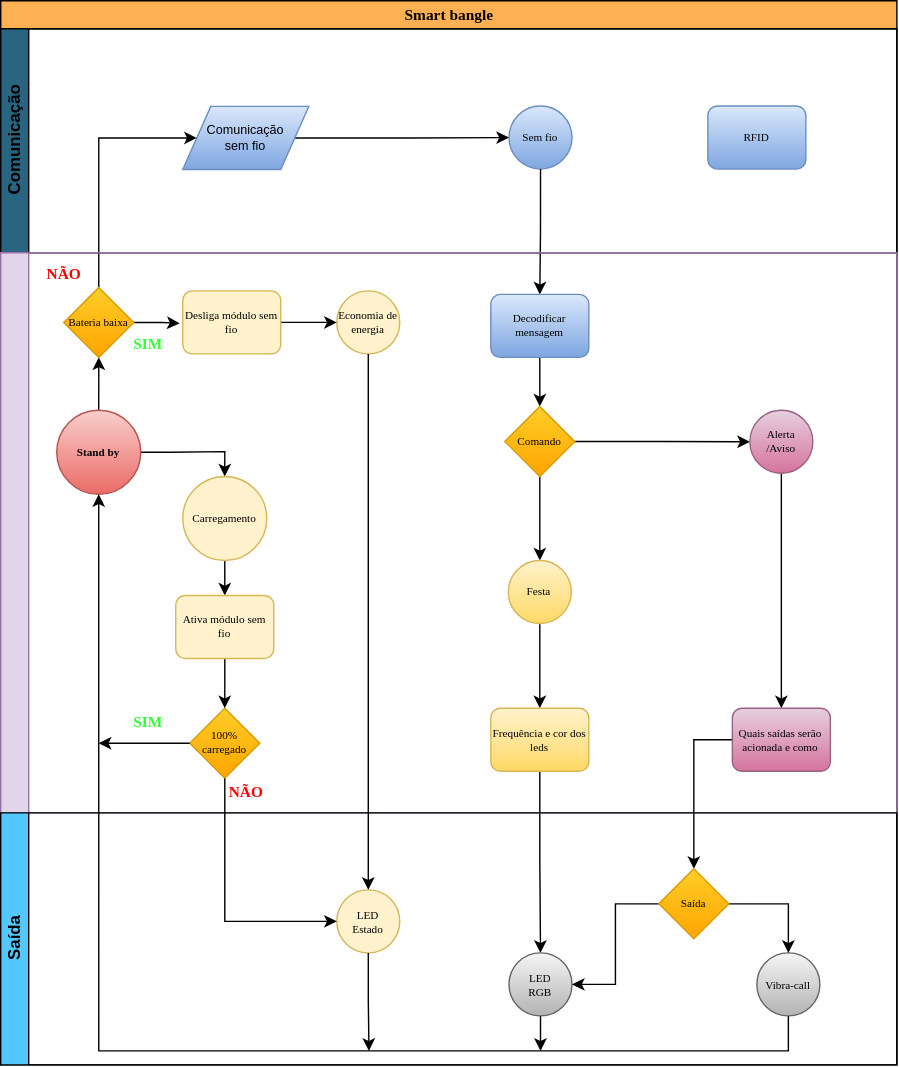
Earlier version of the draw.io export 2022.2/smart_bangle/smart-bangle_ea075.drawio.svg (vm-bertini/ea075-2023.1). Source tidied: cells renumbered, new cells last; positions are measured from the earlier drawing's top-left corner, leaving out a move shared by most shapes. Its diagram source:
```xml
<mxGraphModel>
  <root>
    <mxCell id="0" />
    <mxCell id="1" parent="0" />
    <mxCell id="2" value="&lt;font style=&quot;font-size: 11px;&quot;&gt;Smart bangle&lt;/font&gt;" style="swimlane;html=1;horizontal=1;startSize=20;rounded=0;shadow=0;labelBackgroundColor=none;strokeWidth=1;fontFamily=Verdana;fontSize=8;align=center;fillColor=#FFB052;" parent="1" vertex="1">
      <mxGeometry width="640" height="760" as="geometry" />
    </mxCell>
    <mxCell id="3" value="Comunicação" style="swimlane;html=1;startSize=20;horizontal=0;fillColor=#296480;shadow=0;fontStyle=1;fontColor=default;" parent="2" vertex="1">
      <mxGeometry y="20" width="640" height="160" as="geometry" />
    </mxCell>
    <mxCell id="4" value="RFID" style="rounded=1;whiteSpace=wrap;html=1;shadow=0;labelBackgroundColor=none;strokeWidth=1;fontFamily=Verdana;fontSize=8;align=center;fillColor=#dae8fc;strokeColor=#6c8ebf;gradientColor=#7ea6e0;" parent="3" vertex="1">
      <mxGeometry x="505" y="55.2" width="70" height="45" as="geometry" />
    </mxCell>
    <mxCell id="5" value="Sem fio" style="ellipse;whiteSpace=wrap;html=1;rounded=0;shadow=0;labelBackgroundColor=none;strokeWidth=1;fontFamily=Verdana;fontSize=8;align=center;fillColor=#dae8fc;strokeColor=#6c8ebf;gradientColor=#7ea6e0;" parent="3" vertex="1">
      <mxGeometry x="363" y="55.2" width="45" height="45" as="geometry" />
    </mxCell>
    <mxCell id="6" style="edgeStyle=orthogonalEdgeStyle;rounded=0;jettySize=auto;html=1;entryX=0;entryY=0.5;entryDx=0;entryDy=0;fontSize=9;fontColor=default;" parent="3" edge="1" source="7" target="5">
      <mxGeometry relative="1" as="geometry" />
    </mxCell>
    <mxCell id="7" value="Comunicação&lt;br style=&quot;font-size: 9px;&quot;&gt;sem fio" style="shape=parallelogram;perimeter=parallelogramPerimeter;fixedSize=1;rounded=0;shadow=0;glass=0;labelBackgroundColor=none;labelBorderColor=none;sketch=0;fillColor=#dae8fc;align=center;horizontal=1;labelPosition=center;verticalLabelPosition=middle;verticalAlign=middle;whiteSpace=wrap;html=1;fontSize=9;strokeColor=#6c8ebf;gradientColor=#7ea6e0;" parent="3" vertex="1">
      <mxGeometry x="130" y="55.5" width="90" height="45" as="geometry" />
    </mxCell>
    <mxCell id="8" style="edgeStyle=orthogonalEdgeStyle;rounded=0;jettySize=auto;html=1;entryX=0.5;entryY=0;entryDx=0;entryDy=0;fontFamily=Verdana;fontSize=8;" parent="2" edge="1" source="5" target="17">
      <mxGeometry relative="1" as="geometry" />
    </mxCell>
    <mxCell id="9" style="edgeStyle=orthogonalEdgeStyle;rounded=0;jettySize=auto;html=1;entryX=0.5;entryY=0;entryDx=0;entryDy=0;fontFamily=Verdana;fontSize=8;" parent="2" edge="1" source="31" target="46">
      <mxGeometry relative="1" as="geometry" />
    </mxCell>
    <mxCell id="10" style="edgeStyle=orthogonalEdgeStyle;rounded=0;jettySize=auto;html=1;entryX=0;entryY=0.5;entryDx=0;entryDy=0;fontFamily=Verdana;fontSize=8;" parent="2" edge="1" source="29" target="7">
      <mxGeometry relative="1" as="geometry">
        <Array as="points">
          <mxPoint x="70" y="98" />
        </Array>
      </mxGeometry>
    </mxCell>
    <mxCell id="11" style="edgeStyle=orthogonalEdgeStyle;rounded=0;jettySize=auto;html=1;entryX=0.5;entryY=0;entryDx=0;entryDy=0;fontFamily=Verdana;fontSize=8;" parent="2" edge="1" source="30" target="42">
      <mxGeometry relative="1" as="geometry" />
    </mxCell>
    <mxCell id="12" style="swimlane;startSize=20;horizontal=0;fillColor=#e1d5e7;strokeColor=#9673a6;" parent="2" vertex="1">
      <mxGeometry y="180" width="640" height="400" as="geometry" />
    </mxCell>
    <mxCell id="13" style="edgeStyle=orthogonalEdgeStyle;rounded=0;jettySize=auto;html=1;fontFamily=Verdana;fontSize=8;" parent="12" edge="1" source="15" target="29">
      <mxGeometry relative="1" as="geometry" />
    </mxCell>
    <mxCell id="14" style="edgeStyle=orthogonalEdgeStyle;rounded=0;jettySize=auto;html=1;entryX=0.5;entryY=0;entryDx=0;entryDy=0;fontFamily=Verdana;fontSize=6;fontColor=#000000;" parent="12" edge="1" source="15" target="27">
      <mxGeometry relative="1" as="geometry">
        <Array as="points">
          <mxPoint x="120" y="142" />
          <mxPoint x="160" y="142" />
        </Array>
      </mxGeometry>
    </mxCell>
    <mxCell id="15" value="Stand by" style="ellipse;whiteSpace=wrap;html=1;rounded=0;shadow=0;labelBackgroundColor=none;strokeWidth=1;fontFamily=Verdana;fontSize=8;align=center;fillColor=#f8cecc;strokeColor=#b85450;fontStyle=1;gradientColor=#ea6b66;" parent="12" vertex="1">
      <mxGeometry x="40" y="112.5" width="60" height="60" as="geometry" />
    </mxCell>
    <mxCell id="16" style="edgeStyle=orthogonalEdgeStyle;rounded=0;jettySize=auto;html=1;entryX=0.5;entryY=0;entryDx=0;entryDy=0;fontFamily=Verdana;fontSize=6;fontColor=#000000;" parent="12" edge="1" source="17" target="20">
      <mxGeometry relative="1" as="geometry" />
    </mxCell>
    <mxCell id="17" value="Decodificar mensagem" style="rounded=1;whiteSpace=wrap;html=1;fontSize=8;fillColor=#dae8fc;strokeColor=#6c8ebf;fontFamily=Verdana;gradientColor=#7ea6e0;" parent="12" vertex="1">
      <mxGeometry x="350" y="29.8" width="70" height="45" as="geometry" />
    </mxCell>
    <mxCell id="18" style="edgeStyle=orthogonalEdgeStyle;rounded=0;jettySize=auto;html=1;entryX=0.5;entryY=0;entryDx=0;entryDy=0;fontFamily=Verdana;fontSize=8;" parent="12" edge="1" source="20" target="24">
      <mxGeometry relative="1" as="geometry" />
    </mxCell>
    <mxCell id="19" style="edgeStyle=orthogonalEdgeStyle;rounded=0;jettySize=auto;html=1;entryX=0;entryY=0.5;entryDx=0;entryDy=0;fontFamily=Verdana;fontSize=8;" parent="12" edge="1" source="20" target="22">
      <mxGeometry relative="1" as="geometry" />
    </mxCell>
    <mxCell id="20" value="Comando" style="rhombus;whiteSpace=wrap;html=1;fontFamily=Verdana;fontSize=8;fillColor=#ffcd28;strokeColor=#d79b00;gradientColor=#ffa500;" parent="12" vertex="1">
      <mxGeometry x="360" y="109.8" width="50" height="50" as="geometry" />
    </mxCell>
    <mxCell id="21" style="edgeStyle=orthogonalEdgeStyle;rounded=0;jettySize=auto;html=1;fontFamily=Verdana;fontSize=8;" parent="12" edge="1" source="22" target="31">
      <mxGeometry relative="1" as="geometry" />
    </mxCell>
    <mxCell id="22" value="Alerta&lt;br&gt;/Aviso" style="ellipse;whiteSpace=wrap;html=1;rounded=0;shadow=0;labelBackgroundColor=none;strokeWidth=1;fontFamily=Verdana;fontSize=8;align=center;fillColor=#e6d0de;strokeColor=#996185;gradientColor=#d5739d;" parent="12" vertex="1">
      <mxGeometry x="535" y="112.5" width="45" height="45" as="geometry" />
    </mxCell>
    <mxCell id="23" style="edgeStyle=orthogonalEdgeStyle;rounded=0;jettySize=auto;html=1;entryX=0.5;entryY=0;entryDx=0;entryDy=0;fontFamily=Verdana;fontSize=8;" parent="12" edge="1" source="24" target="30">
      <mxGeometry relative="1" as="geometry" />
    </mxCell>
    <mxCell id="24" value="Festa" style="ellipse;whiteSpace=wrap;html=1;rounded=0;shadow=0;labelBackgroundColor=none;strokeWidth=1;fontFamily=Verdana;fontSize=8;align=center;fillColor=#fff2cc;strokeColor=#d6b656;gradientColor=#ffd966;" parent="12" vertex="1">
      <mxGeometry x="362.5" y="219.8" width="45" height="45" as="geometry" />
    </mxCell>
    <mxCell id="25" value="Economia de energia" style="ellipse;whiteSpace=wrap;html=1;rounded=0;shadow=0;labelBackgroundColor=none;strokeWidth=1;fontFamily=Verdana;fontSize=8;align=center;fillColor=#fff2cc;strokeColor=#d6b656;" parent="12" vertex="1">
      <mxGeometry x="240" y="27.2" width="45" height="45" as="geometry" />
    </mxCell>
    <mxCell id="26" style="edgeStyle=orthogonalEdgeStyle;rounded=0;jettySize=auto;html=1;entryX=0.5;entryY=0;entryDx=0;entryDy=0;fontFamily=Verdana;fontSize=11;fontColor=#FF0000;" parent="12" edge="1" source="27" target="38">
      <mxGeometry relative="1" as="geometry" />
    </mxCell>
    <mxCell id="27" value="Carregamento" style="ellipse;whiteSpace=wrap;html=1;rounded=0;shadow=0;labelBackgroundColor=none;strokeWidth=1;fontFamily=Verdana;fontSize=8;align=center;fillColor=#fff2cc;strokeColor=#d6b656;" parent="12" vertex="1">
      <mxGeometry x="130" y="159.8" width="60" height="60" as="geometry" />
    </mxCell>
    <mxCell id="28" style="edgeStyle=orthogonalEdgeStyle;rounded=0;jettySize=auto;html=1;entryX=-0.032;entryY=0.515;entryDx=0;entryDy=0;entryPerimeter=0;fontFamily=Verdana;fontSize=11;fontColor=#FF0000;" parent="12" edge="1" source="29" target="36">
      <mxGeometry relative="1" as="geometry" />
    </mxCell>
    <mxCell id="29" value="Bateria baixa" style="rhombus;whiteSpace=wrap;html=1;fontFamily=Verdana;fontSize=8;fillColor=#ffcd28;strokeColor=#d79b00;gradientColor=#ffa500;" parent="12" vertex="1">
      <mxGeometry x="45" y="24.8" width="50" height="50" as="geometry" />
    </mxCell>
    <mxCell id="30" value="Frequência e cor dos leds" style="rounded=1;whiteSpace=wrap;html=1;fontSize=8;fillColor=#fff2cc;strokeColor=#d6b656;fontFamily=Verdana;gradientColor=#ffd966;" parent="12" vertex="1">
      <mxGeometry x="350" y="325.2" width="70" height="45" as="geometry" />
    </mxCell>
    <mxCell id="31" value="Quais saídas serão acionada e como" style="rounded=1;whiteSpace=wrap;html=1;fontSize=8;fillColor=#e6d0de;strokeColor=#996185;fontFamily=Verdana;gradientColor=#d5739d;" parent="12" vertex="1">
      <mxGeometry x="522.5" y="325.2" width="70" height="45" as="geometry" />
    </mxCell>
    <mxCell id="32" value="100% carregado" style="rhombus;whiteSpace=wrap;html=1;fontFamily=Verdana;fontSize=8;fillColor=#ffcd28;strokeColor=#d79b00;gradientColor=#ffa500;" parent="12" vertex="1">
      <mxGeometry x="135" y="325.2" width="50" height="50" as="geometry" />
    </mxCell>
    <mxCell id="33" value="SIM" style="text;html=1;align=center;verticalAlign=middle;strokeColor=none;fillColor=none;fontSize=11;fontFamily=Verdana;fontStyle=1;fontColor=#33FF33;" parent="12" vertex="1">
      <mxGeometry x="80" y="50" width="50" height="30" as="geometry" />
    </mxCell>
    <mxCell id="34" value="&lt;font color=&quot;#ff0000&quot;&gt;NÃO&lt;/font&gt;" style="text;html=1;align=center;verticalAlign=middle;strokeColor=none;fillColor=none;fontSize=11;fontFamily=Verdana;fontStyle=1;fontColor=#33FF33;" parent="12" vertex="1">
      <mxGeometry x="20" width="50" height="30" as="geometry" />
    </mxCell>
    <mxCell id="35" style="edgeStyle=orthogonalEdgeStyle;rounded=0;jettySize=auto;html=1;entryX=0;entryY=0.5;entryDx=0;entryDy=0;fontFamily=Verdana;fontSize=11;fontColor=#FF0000;" parent="12" edge="1" source="36" target="25">
      <mxGeometry relative="1" as="geometry" />
    </mxCell>
    <mxCell id="36" value="Desliga módulo sem fio" style="rounded=1;whiteSpace=wrap;html=1;fontSize=8;fillColor=#fff2cc;strokeColor=#d6b656;fontFamily=Verdana;" parent="12" vertex="1">
      <mxGeometry x="130" y="27.2" width="70" height="45" as="geometry" />
    </mxCell>
    <mxCell id="37" style="edgeStyle=orthogonalEdgeStyle;rounded=0;jettySize=auto;html=1;entryX=0.5;entryY=0;entryDx=0;entryDy=0;fontFamily=Verdana;fontSize=11;fontColor=#FF0000;" parent="12" edge="1" source="38" target="32">
      <mxGeometry relative="1" as="geometry" />
    </mxCell>
    <mxCell id="38" value="Ativa módulo sem fio" style="rounded=1;whiteSpace=wrap;html=1;fontSize=8;fillColor=#fff2cc;strokeColor=#d6b656;fontFamily=Verdana;" parent="12" vertex="1">
      <mxGeometry x="125" y="244.8" width="70" height="45" as="geometry" />
    </mxCell>
    <mxCell id="39" value="SIM" style="text;html=1;align=center;verticalAlign=middle;strokeColor=none;fillColor=none;fontSize=11;fontFamily=Verdana;fontStyle=1;fontColor=#33FF33;" parent="12" vertex="1">
      <mxGeometry x="80" y="320" width="50" height="30" as="geometry" />
    </mxCell>
    <mxCell id="40" value="&lt;font color=&quot;#ff0000&quot;&gt;NÃO&lt;/font&gt;" style="text;html=1;align=center;verticalAlign=middle;strokeColor=none;fillColor=none;fontSize=11;fontFamily=Verdana;fontStyle=1;fontColor=#33FF33;" parent="12" vertex="1">
      <mxGeometry x="150" y="370.2" width="50" height="30" as="geometry" />
    </mxCell>
    <mxCell id="41" value="Saída" style="swimlane;html=1;startSize=20;horizontal=0;fillColor=#52C8FF;gradientColor=none;swimlaneFillColor=none;swimlaneLine=1;rounded=0;shadow=0;sketch=0;glass=0;labelBackgroundColor=none;labelBorderColor=none;fontColor=default;" parent="2" vertex="1">
      <mxGeometry y="580" width="640" height="180" as="geometry" />
    </mxCell>
    <mxCell id="42" value="LED&lt;br&gt;RGB" style="ellipse;whiteSpace=wrap;html=1;rounded=0;shadow=0;labelBackgroundColor=none;strokeWidth=1;fontFamily=Verdana;fontSize=8;align=center;fillColor=#f5f5f5;strokeColor=#666666;gradientColor=#b3b3b3;" parent="41" vertex="1">
      <mxGeometry x="363" y="100" width="45" height="45" as="geometry" />
    </mxCell>
    <mxCell id="43" value="Vibra-call" style="ellipse;whiteSpace=wrap;html=1;rounded=0;shadow=0;labelBackgroundColor=none;strokeWidth=1;fontFamily=Verdana;fontSize=8;align=center;fillColor=#f5f5f5;strokeColor=#666666;gradientColor=#b3b3b3;" parent="41" vertex="1">
      <mxGeometry x="540" y="100" width="45" height="45" as="geometry" />
    </mxCell>
    <mxCell id="44" style="edgeStyle=orthogonalEdgeStyle;rounded=0;jettySize=auto;html=1;entryX=0.5;entryY=0;entryDx=0;entryDy=0;fontFamily=Verdana;fontSize=11;fontColor=#FF0000;" parent="41" edge="1" source="46" target="43">
      <mxGeometry relative="1" as="geometry" />
    </mxCell>
    <mxCell id="45" style="edgeStyle=orthogonalEdgeStyle;rounded=0;jettySize=auto;html=1;entryX=1;entryY=0.5;entryDx=0;entryDy=0;fontFamily=Verdana;fontSize=6;fontColor=#000000;" parent="41" edge="1" source="46" target="42">
      <mxGeometry relative="1" as="geometry" />
    </mxCell>
    <mxCell id="46" value="Saída" style="rhombus;whiteSpace=wrap;html=1;fontFamily=Verdana;fontSize=8;fillColor=#ffcd28;strokeColor=#d79b00;gradientColor=#ffa500;" parent="41" vertex="1">
      <mxGeometry x="470" y="40" width="50" height="50" as="geometry" />
    </mxCell>
    <mxCell id="47" value="LED&lt;br&gt;Estado" style="ellipse;whiteSpace=wrap;html=1;rounded=0;shadow=0;labelBackgroundColor=none;strokeWidth=1;fontFamily=Verdana;fontSize=8;align=center;fillColor=#fff2cc;strokeColor=#d6b656;" parent="41" vertex="1">
      <mxGeometry x="240" y="55" width="45" height="45" as="geometry" />
    </mxCell>
    <mxCell id="48" style="edgeStyle=orthogonalEdgeStyle;rounded=0;jettySize=auto;html=1;entryX=0.5;entryY=0;entryDx=0;entryDy=0;fontFamily=Verdana;fontSize=8;" parent="2" edge="1" source="25" target="47">
      <mxGeometry relative="1" as="geometry" />
    </mxCell>
    <mxCell id="49" style="edgeStyle=orthogonalEdgeStyle;rounded=0;jettySize=auto;html=1;entryX=0;entryY=0.5;entryDx=0;entryDy=0;fontFamily=Verdana;fontSize=11;fontColor=#FF0000;" parent="2" edge="1" source="32" target="47">
      <mxGeometry relative="1" as="geometry">
        <Array as="points">
          <mxPoint x="160" y="658" />
        </Array>
      </mxGeometry>
    </mxCell>
    <mxCell id="50" style="edgeStyle=orthogonalEdgeStyle;rounded=0;jettySize=auto;html=1;entryX=0.5;entryY=1;entryDx=0;entryDy=0;fontFamily=Verdana;fontSize=11;fontColor=#FF0000;" parent="2" edge="1" source="43" target="15">
      <mxGeometry relative="1" as="geometry">
        <Array as="points">
          <mxPoint x="563" y="750" />
          <mxPoint x="70" y="750" />
        </Array>
      </mxGeometry>
    </mxCell>
    <mxCell id="51" style="edgeStyle=orthogonalEdgeStyle;rounded=0;jettySize=auto;html=1;fontFamily=Verdana;fontSize=8;" parent="1" edge="1" source="47">
      <mxGeometry relative="1" as="geometry">
        <mxPoint x="263" y="750" as="targetPoint" />
      </mxGeometry>
    </mxCell>
    <mxCell id="52" style="edgeStyle=orthogonalEdgeStyle;rounded=0;jettySize=auto;html=1;fontFamily=Verdana;fontSize=11;fontColor=#FF0000;" parent="1" edge="1" source="42">
      <mxGeometry relative="1" as="geometry">
        <mxPoint x="385.5" y="750" as="targetPoint" />
      </mxGeometry>
    </mxCell>
    <mxCell id="53" style="edgeStyle=orthogonalEdgeStyle;rounded=0;jettySize=auto;html=1;fontFamily=Verdana;fontSize=11;fontColor=#FF0000;" parent="1" edge="1" source="32">
      <mxGeometry relative="1" as="geometry">
        <mxPoint x="70" y="530.2" as="targetPoint" />
      </mxGeometry>
    </mxCell>
  </root>
</mxGraphModel>
```
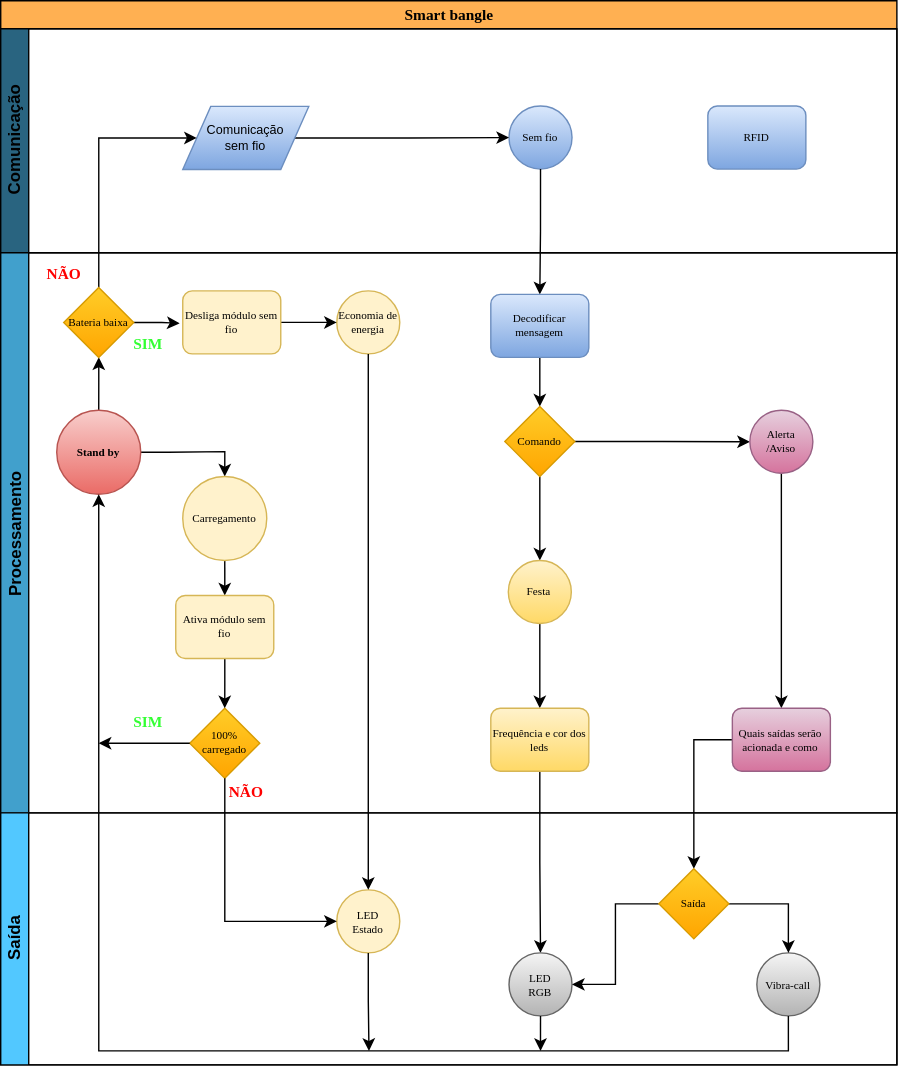
After the commit.

Commit message:
Diagrama 95% pronto

Diff of the diagram source:
```diff
@@ -36,7 +36,7 @@
     <mxCell id="11" style="edgeStyle=orthogonalEdgeStyle;rounded=0;jettySize=auto;html=1;entryX=0.5;entryY=0;entryDx=0;entryDy=0;fontFamily=Verdana;fontSize=8;" parent="2" edge="1" source="30" target="42">
       <mxGeometry relative="1" as="geometry" />
     </mxCell>
-    <mxCell id="12" style="swimlane;startSize=20;horizontal=0;fillColor=#e1d5e7;strokeColor=#9673a6;" parent="2" vertex="1">
+    <mxCell id="12" value="Processamento" style="swimlane;startSize=20;horizontal=0;fillColor=#41a0cc;strokeColor=default;" parent="2" vertex="1">
       <mxGeometry y="180" width="640" height="400" as="geometry" />
     </mxCell>
     <mxCell id="13" style="edgeStyle=orthogonalEdgeStyle;rounded=0;jettySize=auto;html=1;fontFamily=Verdana;fontSize=8;" parent="12" edge="1" source="15" target="29">
```
